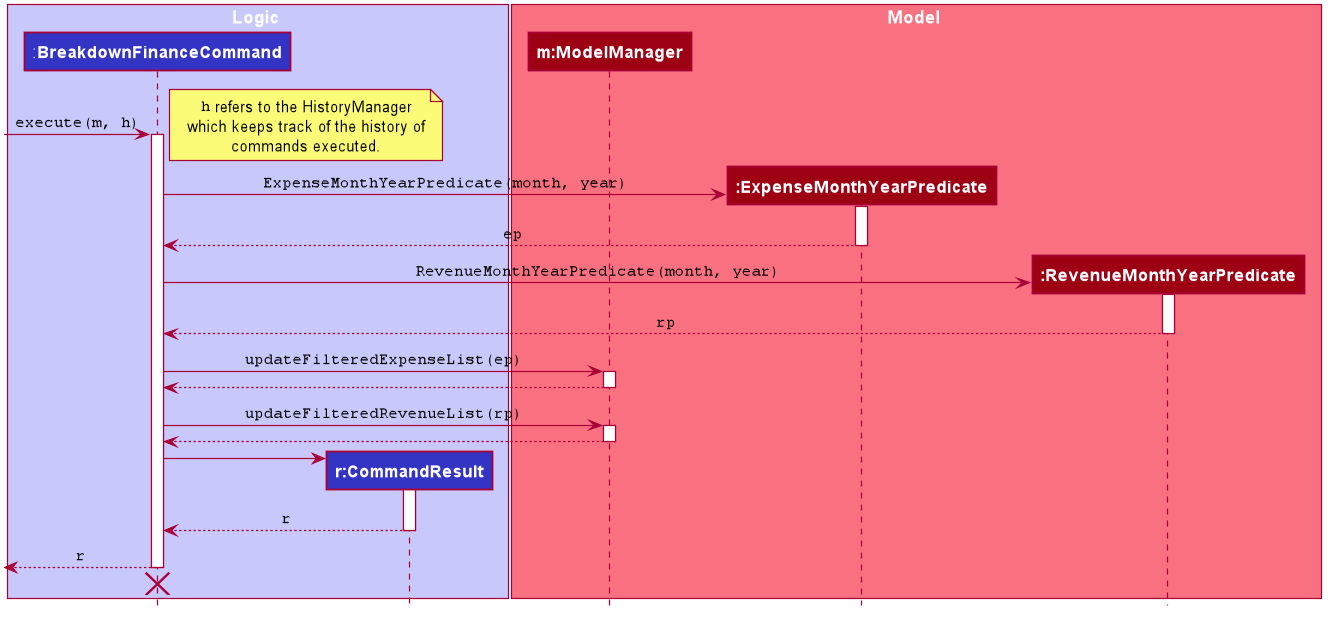
The PlantUML diagram docs/images/BreakdownFinanceSequenceDiagram.png in yanlynnnnn/tp, before a commit.
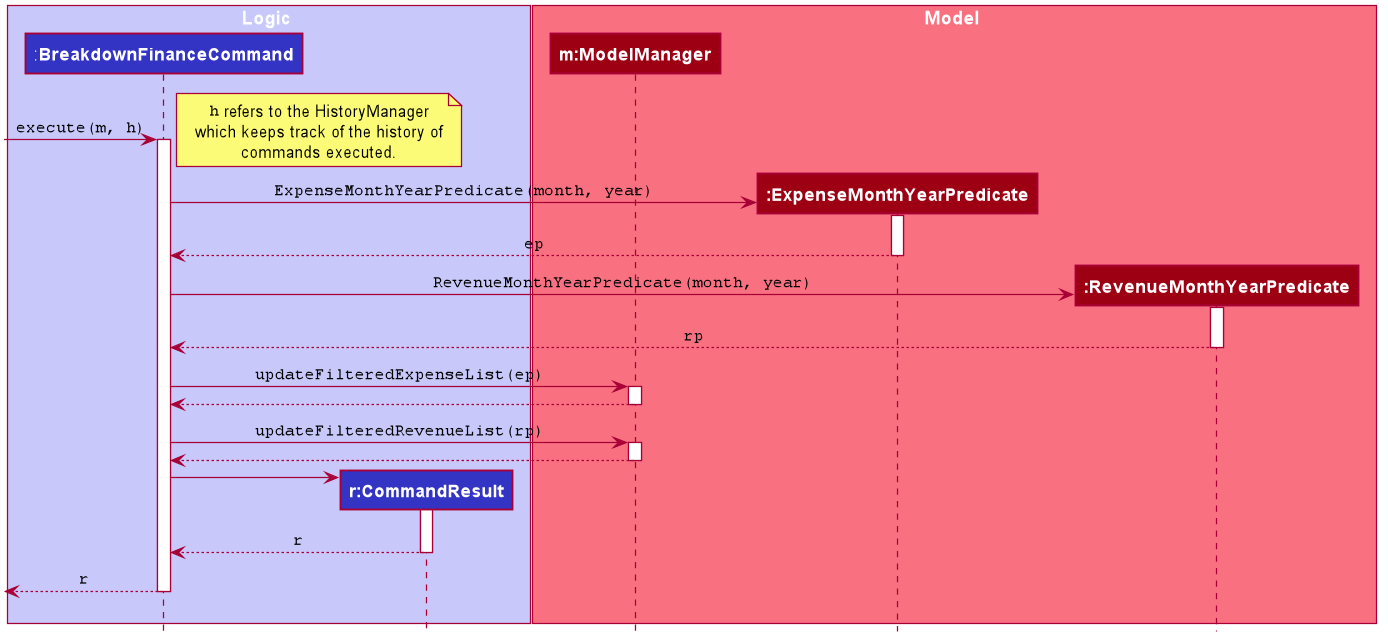
Later version of the same file.

The edit, as a diff of the source:
```diff
@@ -105,6 +105,5 @@
 deactivate BreakdownFinanceCommand
 
 BreakdownFinanceCommand -[hidden]> CommandResult
-destroy BreakdownFinanceCommand
 
 @enduml
```
